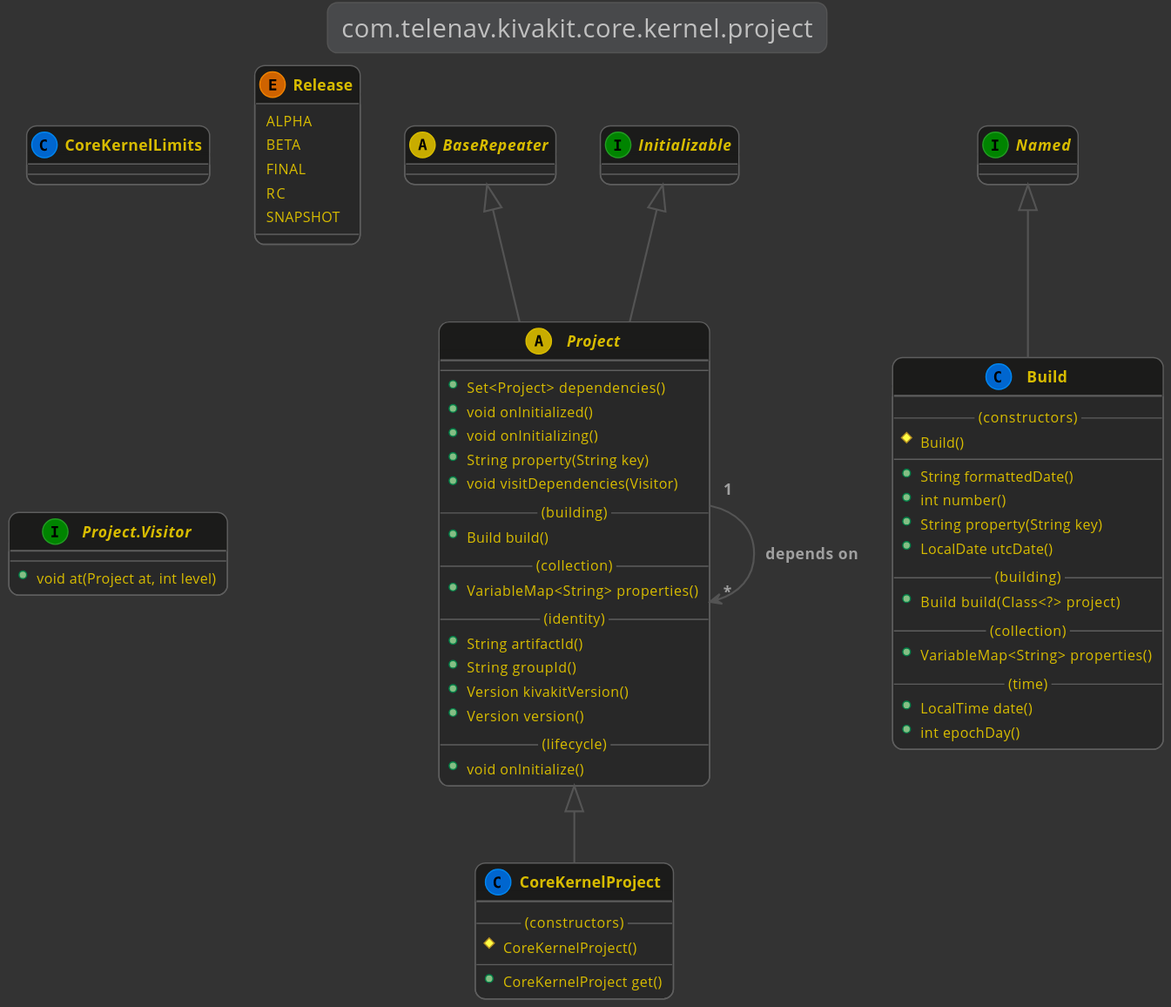
Earlier version of the PlantUML export docs/lexakai/kivakit/kivakit-core/kernel/documentation/diagrams/com.telenav.kivakit.core.kernel.project.svg (Telenav/kivakit-assets). The source it was exported from:
```plantuml
@startuml

    !include lexakai.theme

    title "com.telenav.kivakit.core.kernel.project"

    abstract BaseRepeater

    interface Named
    interface Initializable

    Named <|-- Build
    class Build
    {
        --(constructors)--
        #Build()
        --
        +String formattedDate()
        +int number()
        +String property(String key)
        +LocalDate utcDate()
        --(building)--
        +Build build(Class<?> project)
        --(collection)--
        +VariableMap<String> properties()
        --(time)--
        +LocalTime date()
        +int epochDay()
    }

    class CoreKernelLimits
    {
    }

    Project <|-- CoreKernelProject
    class CoreKernelProject
    {
        --(constructors)--
        #CoreKernelProject()
        --
        +CoreKernelProject get()
    }

    BaseRepeater <|-- Project
    Initializable <|-- Project
    Project "1" --> "*" Project : "depends on"
    abstract class Project
    {
        --
        +Set<Project> dependencies()
        +void onInitialized()
        +void onInitializing()
        +String property(String key)
        +void visitDependencies(Visitor)
        --(building)--
        +Build build()
        --(collection)--
        +VariableMap<String> properties()
        --(identity)--
        +String artifactId()
        +String groupId()
        +Version kivakitVersion()
        +Version version()
        --(lifecycle)--
        +void onInitialize()
    }

    enum Release
    {
        ALPHA
        BETA
        FINAL
        RC
        SNAPSHOT
    }

    interface Project.Visitor
    {
        --
        +void at(Project at, int level)
    }

@enduml
```
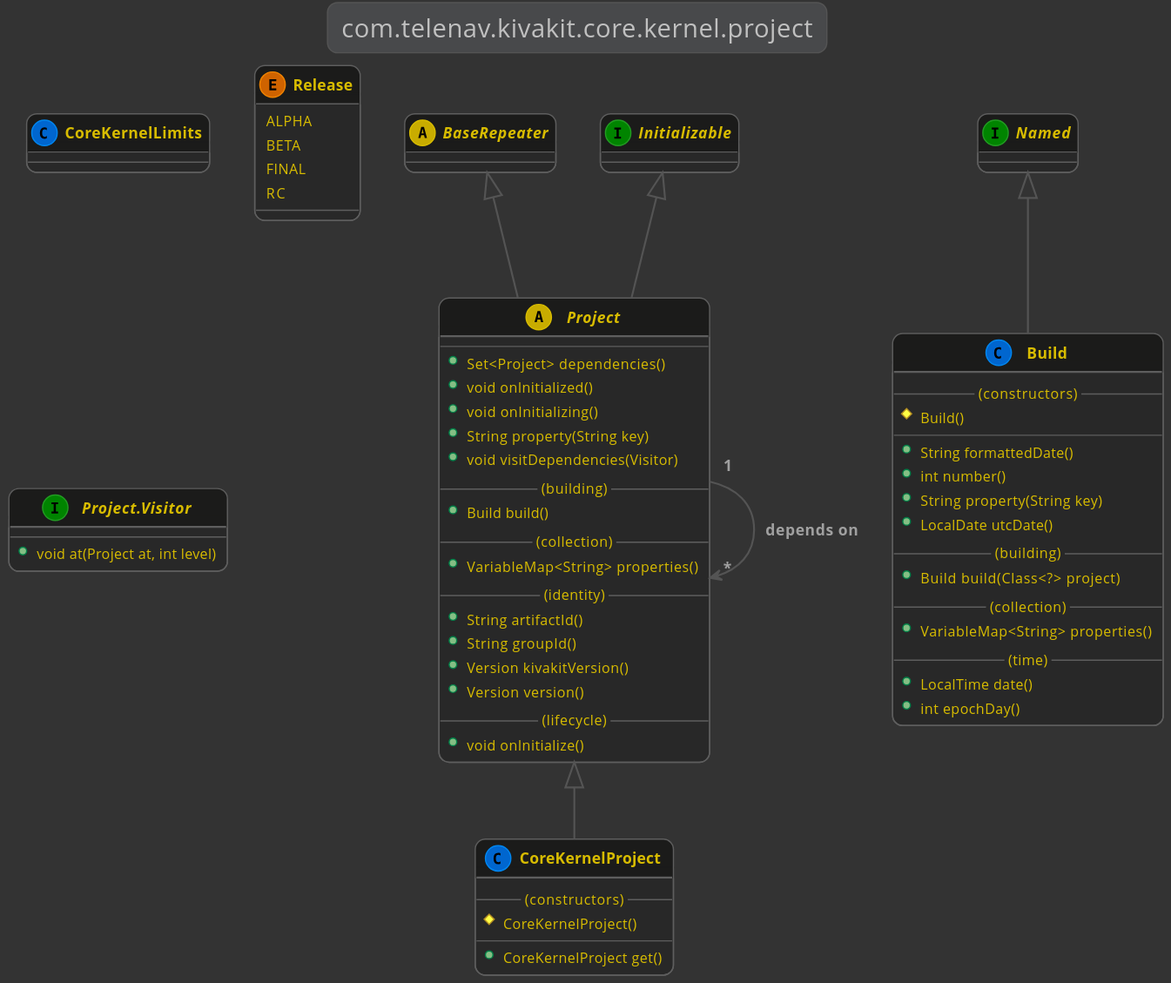
The same diagram one commit later.

The edit, as a diff of the source:
```diff
@@ -71,7 +71,6 @@
         BETA
         FINAL
         RC
-        SNAPSHOT
     }
 
     interface Project.Visitor
```
